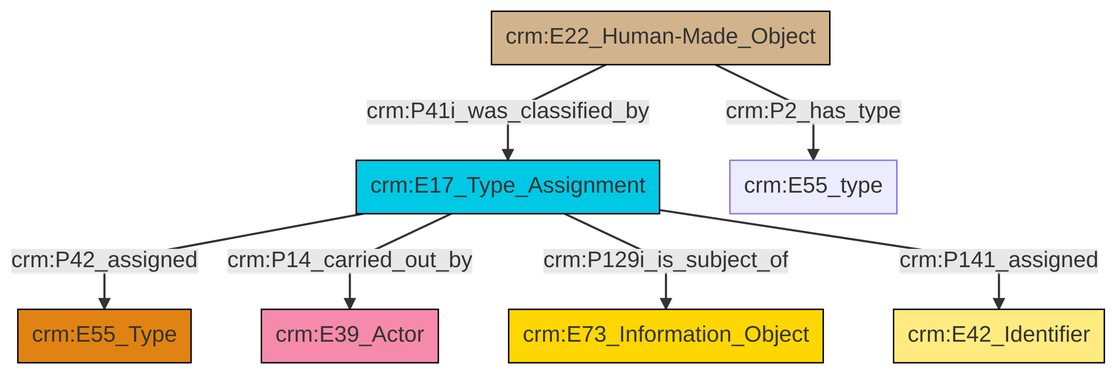
The Mermaid diagram et/builtWorkCSV/ttl/mmd/png/Built_Work_designation_status.png in swiss-art-research-net/reference-data-models, before a commit. Its source is kept beside it as et/builtWorkCSV/ttl/mmd/Built_Work_designation_status.ttl.mmd.
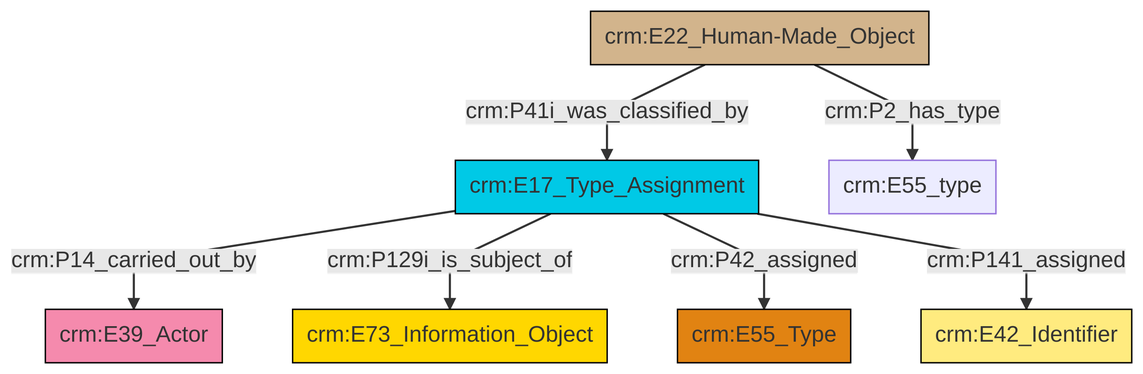
After the change.

What changed in the source:
```diff
@@ -13,9 +13,9 @@
 classDef PC_Classes fill:#4ce600, stroke:#000000;
 classDef Multi fill:#cccccc,stroke:#000000;
 
-0["crm:E17_Type_Assignment"]:::Temporal_Entity -->|crm:P42_assigned| 1["crm:E55_Type"]:::Type
-0["crm:E17_Type_Assignment"]:::Temporal_Entity -->|crm:P14_carried_out_by| 4["crm:E39_Actor"]:::Actor
-7["crm:E22_Human-Made_Object"]:::Physical_Thing -->|crm:P41i_was_classified_by| 0["crm:E17_Type_Assignment"]:::Temporal_Entity
-0["crm:E17_Type_Assignment"]:::Temporal_Entity -->|crm:P129i_is_subject_of| 9["crm:E73_Information_Object"]:::Conceptual_Object
-0["crm:E17_Type_Assignment"]:::Temporal_Entity -->|crm:P141_assigned| 5["crm:E42_Identifier"]:::Appellation
-7["crm:E22_Human-Made_Object"]:::Physical_Thing -->|crm:P2_has_type| 12["crm:E55_type"]:::Default
+0["crm:E17_Type_Assignment"]:::Temporal_Entity -->|crm:P14_carried_out_by| 1["crm:E39_Actor"]:::Actor
+0["crm:E17_Type_Assignment"]:::Temporal_Entity -->|crm:P129i_is_subject_of| 2["crm:E73_Information_Object"]:::Conceptual_Object
+0["crm:E17_Type_Assignment"]:::Temporal_Entity -->|crm:P42_assigned| 7["crm:E55_Type"]:::Type
+8["crm:E22_Human-Made_Object"]:::Physical_Thing -->|crm:P41i_was_classified_by| 0["crm:E17_Type_Assignment"]:::Temporal_Entity
+8["crm:E22_Human-Made_Object"]:::Physical_Thing -->|crm:P2_has_type| 3["crm:E55_type"]:::Default
+0["crm:E17_Type_Assignment"]:::Temporal_Entity -->|crm:P141_assigned| 9["crm:E42_Identifier"]:::Appellation
```
